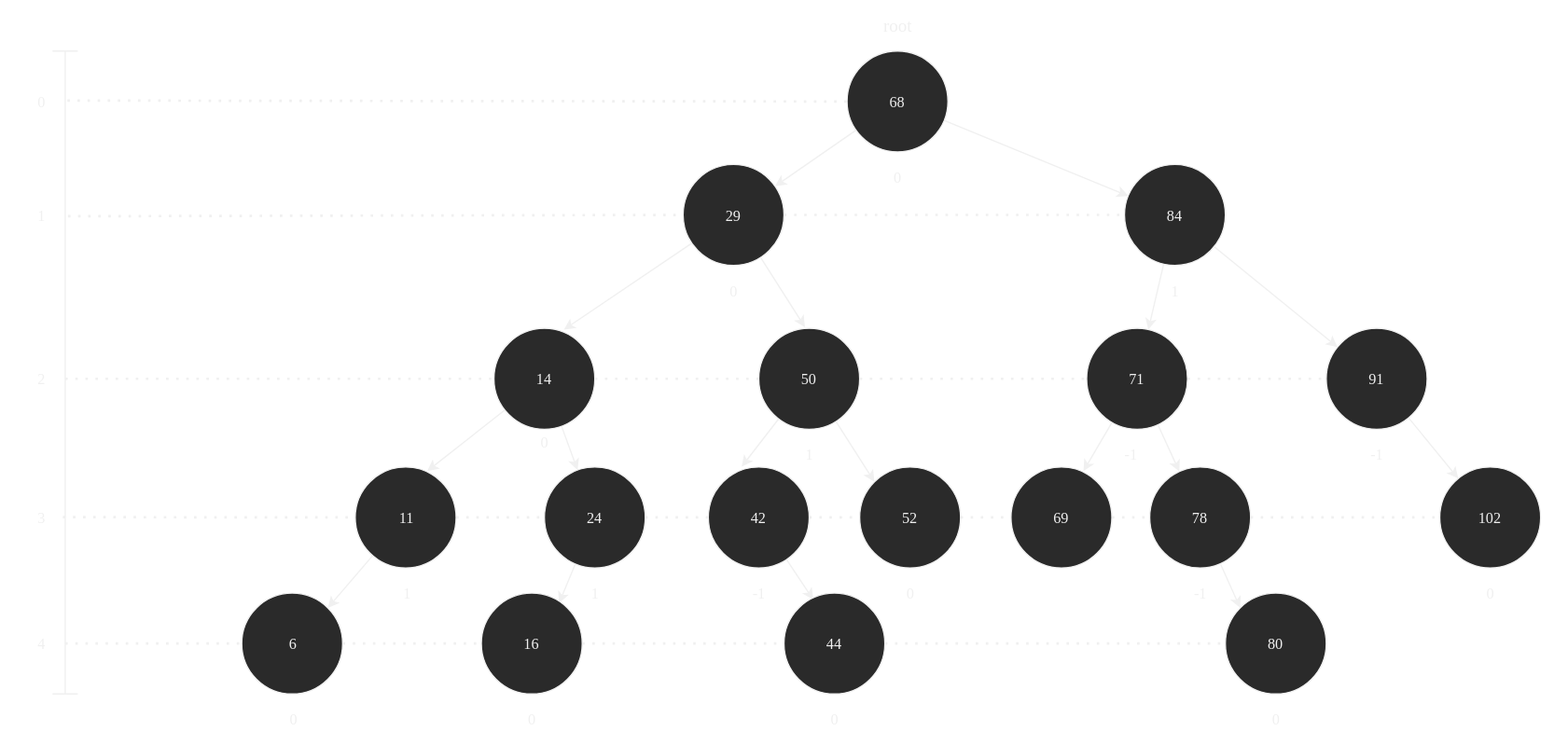
Before: 200 Data Structures/208 Trees/208.2 AVL Tree/Diagrams/AVL Tree.svg, a diagram exported from draw.io (MontoyaTM/Obsidian-SoftwareEngineering). Source tidied: cells renumbered, new cells last; positions are measured from the earlier drawing's top-left corner, leaving out a move shared by most shapes.
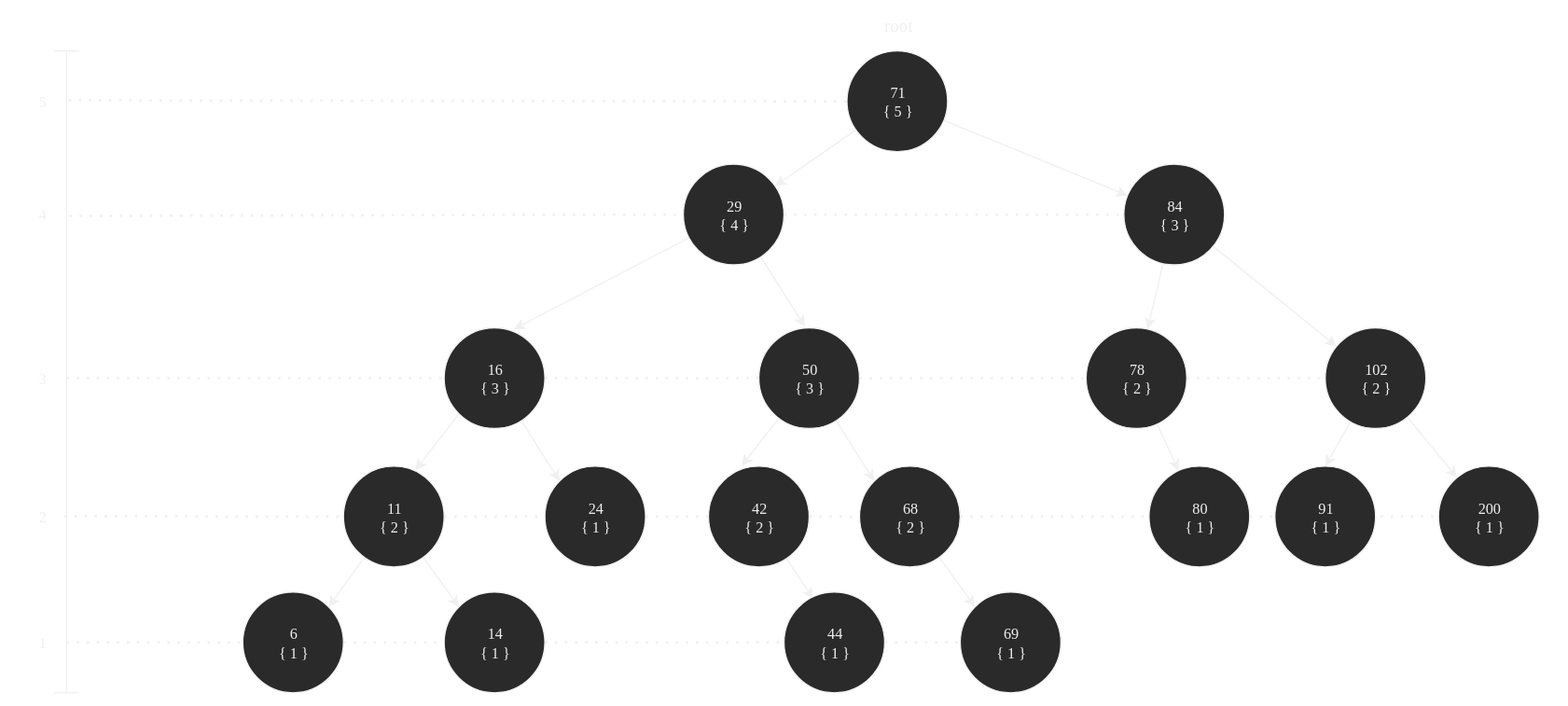
After the commit.

What changed in the source:
```diff
@@ -10,3 +10,3 @@
     </mxCell>
-    <mxCell id="4" value="&lt;font face=&quot;JetBrains Mono&quot;&gt;68&lt;/font&gt;" style="ellipse;whiteSpace=wrap;html=1;" parent="1" vertex="1">
+    <mxCell id="4" value="&lt;font face=&quot;JetBrains Mono&quot;&gt;71&lt;br&gt;{ 5 }&lt;br&gt;&lt;/font&gt;" style="ellipse;whiteSpace=wrap;html=1;" parent="1" vertex="1">
       <mxGeometry x="650" y="30" width="80" height="80" as="geometry" />
@@ -19,3 +19,3 @@
     </mxCell>
-    <mxCell id="7" value="&lt;font face=&quot;JetBrains Mono&quot;&gt;29&lt;/font&gt;" style="ellipse;whiteSpace=wrap;html=1;" parent="1" vertex="1">
+    <mxCell id="7" value="&lt;font face=&quot;JetBrains Mono&quot;&gt;29&lt;br&gt;{ 4 }&lt;br&gt;&lt;/font&gt;" style="ellipse;whiteSpace=wrap;html=1;" parent="1" vertex="1">
       <mxGeometry x="520" y="120" width="80" height="80" as="geometry" />
@@ -28,13 +28,13 @@
     </mxCell>
-    <mxCell id="10" value="&lt;font face=&quot;JetBrains Mono&quot;&gt;84&lt;/font&gt;" style="ellipse;whiteSpace=wrap;html=1;" parent="1" vertex="1">
+    <mxCell id="10" value="&lt;font face=&quot;JetBrains Mono&quot;&gt;84&lt;br&gt;{ 3 }&lt;br&gt;&lt;/font&gt;" style="ellipse;whiteSpace=wrap;html=1;" parent="1" vertex="1">
       <mxGeometry x="870" y="120" width="80" height="80" as="geometry" />
     </mxCell>
-    <mxCell id="11" style="edgeStyle=none;html=1;" parent="1" edge="1" source="13" target="30">
+    <mxCell id="11" style="edgeStyle=none;html=1;entryX=0;entryY=0;entryDx=0;entryDy=0;" parent="1" edge="1" source="13" target="30">
       <mxGeometry relative="1" as="geometry" />
     </mxCell>
-    <mxCell id="12" style="edgeStyle=none;html=1;entryX=0.714;entryY=0.04;entryDx=0;entryDy=0;entryPerimeter=0;" parent="1" edge="1" source="13" target="33">
+    <mxCell id="12" style="edgeStyle=none;html=1;entryX=0.714;entryY=0.04;entryDx=0;entryDy=0;entryPerimeter=0;exitX=0;exitY=1;exitDx=0;exitDy=0;" parent="1" edge="1" source="13" target="33">
       <mxGeometry relative="1" as="geometry" />
     </mxCell>
-    <mxCell id="13" value="&lt;font face=&quot;JetBrains Mono&quot;&gt;14&lt;/font&gt;" style="ellipse;whiteSpace=wrap;html=1;" parent="1" vertex="1">
-      <mxGeometry x="370" y="250" width="80" height="80" as="geometry" />
+    <mxCell id="13" value="&lt;font face=&quot;JetBrains Mono&quot;&gt;16&lt;br&gt;{ 3 }&lt;br&gt;&lt;/font&gt;" style="ellipse;whiteSpace=wrap;html=1;" parent="1" vertex="1">
+      <mxGeometry x="330" y="250" width="80" height="80" as="geometry" />
     </mxCell>
@@ -43,3 +43,6 @@
     </mxCell>
+    <mxCell id="79" style="edgeStyle=none;html=1;entryX=0.5;entryY=0;entryDx=0;entryDy=0;" parent="1" edge="1" source="15" target="85">
+      <mxGeometry relative="1" as="geometry" />
+    </mxCell>
-    <mxCell id="15" value="&lt;font face=&quot;JetBrains Mono&quot;&gt;91&lt;/font&gt;" style="ellipse;whiteSpace=wrap;html=1;" parent="1" vertex="1">
+    <mxCell id="15" value="&lt;font face=&quot;JetBrains Mono&quot;&gt;102&lt;br&gt;{ 2 }&lt;br&gt;&lt;/font&gt;" style="ellipse;whiteSpace=wrap;html=1;" parent="1" vertex="1">
       <mxGeometry x="1030" y="250" width="80" height="80" as="geometry" />
@@ -52,8 +55,5 @@
     </mxCell>
-    <mxCell id="18" value="&lt;font face=&quot;JetBrains Mono&quot;&gt;50&lt;/font&gt;" style="ellipse;whiteSpace=wrap;html=1;" parent="1" vertex="1">
+    <mxCell id="18" value="&lt;font face=&quot;JetBrains Mono&quot;&gt;50&lt;br&gt;{ 3 }&lt;br&gt;&lt;/font&gt;" style="ellipse;whiteSpace=wrap;html=1;" parent="1" vertex="1">
       <mxGeometry x="580" y="250" width="80" height="80" as="geometry" />
     </mxCell>
-    <mxCell id="19" style="edgeStyle=none;html=1;entryX=0.718;entryY=0.04;entryDx=0;entryDy=0;entryPerimeter=0;" parent="1" edge="1" source="21" target="22">
-      <mxGeometry relative="1" as="geometry" />
-    </mxCell>
     <mxCell id="20" style="edgeStyle=none;html=1;" parent="1" edge="1" source="21" target="24">
@@ -61,17 +61,8 @@
     </mxCell>
-    <mxCell id="21" value="&lt;font face=&quot;JetBrains Mono&quot;&gt;71&lt;/font&gt;" style="ellipse;whiteSpace=wrap;html=1;" parent="1" vertex="1">
+    <mxCell id="21" value="&lt;font face=&quot;JetBrains Mono&quot;&gt;78&lt;br&gt;{ 2 }&lt;br&gt;&lt;/font&gt;" style="ellipse;whiteSpace=wrap;html=1;" parent="1" vertex="1">
       <mxGeometry x="840" y="250" width="80" height="80" as="geometry" />
     </mxCell>
-    <mxCell id="22" value="&lt;font face=&quot;JetBrains Mono&quot;&gt;69&lt;/font&gt;" style="ellipse;whiteSpace=wrap;html=1;" parent="1" vertex="1">
-      <mxGeometry x="780" y="360" width="80" height="80" as="geometry" />
-    </mxCell>
-    <mxCell id="23" style="edgeStyle=none;html=1;entryX=0;entryY=0;entryDx=0;entryDy=0;" parent="1" edge="1" source="24" target="25">
-      <mxGeometry relative="1" as="geometry" />
-    </mxCell>
-    <mxCell id="24" value="&lt;font face=&quot;JetBrains Mono&quot;&gt;78&lt;/font&gt;" style="ellipse;whiteSpace=wrap;html=1;" parent="1" vertex="1">
+    <mxCell id="24" value="&lt;font face=&quot;JetBrains Mono&quot;&gt;80&lt;br&gt;{ 1 }&lt;br&gt;&lt;/font&gt;" style="ellipse;whiteSpace=wrap;html=1;" parent="1" vertex="1">
       <mxGeometry x="890" y="360" width="80" height="80" as="geometry" />
     </mxCell>
-    <mxCell id="25" value="&lt;font face=&quot;JetBrains Mono&quot;&gt;80&lt;/font&gt;" style="ellipse;whiteSpace=wrap;html=1;" parent="1" vertex="1">
-      <mxGeometry x="950" y="460" width="80" height="80" as="geometry" />
-    </mxCell>
     <mxCell id="26" style="edgeStyle=none;html=1;entryX=0.291;entryY=0.066;entryDx=0;entryDy=0;entryPerimeter=0;" parent="1" edge="1" source="27" target="28">
@@ -79,17 +70,11 @@
     </mxCell>
-    <mxCell id="27" value="&lt;font face=&quot;JetBrains Mono&quot;&gt;42&lt;/font&gt;" style="ellipse;whiteSpace=wrap;html=1;" parent="1" vertex="1">
+    <mxCell id="27" value="&lt;font face=&quot;JetBrains Mono&quot;&gt;42&lt;br&gt;{ 2 }&lt;br&gt;&lt;/font&gt;" style="ellipse;whiteSpace=wrap;html=1;" parent="1" vertex="1">
       <mxGeometry x="540" y="360" width="80" height="80" as="geometry" />
     </mxCell>
-    <mxCell id="28" value="&lt;font face=&quot;JetBrains Mono&quot;&gt;44&lt;/font&gt;" style="ellipse;whiteSpace=wrap;html=1;" parent="1" vertex="1">
+    <mxCell id="28" value="&lt;font face=&quot;JetBrains Mono&quot;&gt;44&lt;br&gt;{ 1 }&lt;br&gt;&lt;/font&gt;" style="ellipse;whiteSpace=wrap;html=1;" parent="1" vertex="1">
       <mxGeometry x="600" y="460" width="80" height="80" as="geometry" />
     </mxCell>
-    <mxCell id="29" style="edgeStyle=none;html=1;entryX=0.77;entryY=0.1;entryDx=0;entryDy=0;entryPerimeter=0;" parent="1" edge="1" source="30" target="31">
-      <mxGeometry relative="1" as="geometry" />
-    </mxCell>
-    <mxCell id="30" value="&lt;font face=&quot;JetBrains Mono&quot;&gt;24&lt;/font&gt;" style="ellipse;whiteSpace=wrap;html=1;" parent="1" vertex="1">
+    <mxCell id="30" value="&lt;font face=&quot;JetBrains Mono&quot;&gt;24&lt;br&gt;{ 1 }&lt;br&gt;&lt;/font&gt;" style="ellipse;whiteSpace=wrap;html=1;" parent="1" vertex="1">
       <mxGeometry x="410" y="360" width="80" height="80" as="geometry" />
     </mxCell>
-    <mxCell id="31" value="&lt;font face=&quot;JetBrains Mono&quot;&gt;16&lt;/font&gt;" style="ellipse;whiteSpace=wrap;html=1;" parent="1" vertex="1">
-      <mxGeometry x="360" y="460" width="80" height="80" as="geometry" />
-    </mxCell>
     <mxCell id="32" style="edgeStyle=none;html=1;entryX=1;entryY=0;entryDx=0;entryDy=0;" parent="1" edge="1" source="33" target="34">
@@ -97,6 +82,9 @@
     </mxCell>
+    <mxCell id="80" style="edgeStyle=none;html=1;entryX=0;entryY=0;entryDx=0;entryDy=0;" parent="1" edge="1" source="33" target="82">
+      <mxGeometry relative="1" as="geometry" />
+    </mxCell>
-    <mxCell id="33" value="&lt;font face=&quot;JetBrains Mono&quot;&gt;11&lt;/font&gt;" style="ellipse;whiteSpace=wrap;html=1;" parent="1" vertex="1">
-      <mxGeometry x="260" y="360" width="80" height="80" as="geometry" />
+    <mxCell id="33" value="&lt;font face=&quot;JetBrains Mono&quot;&gt;11&lt;br&gt;{ 2 }&lt;br&gt;&lt;/font&gt;" style="ellipse;whiteSpace=wrap;html=1;" parent="1" vertex="1">
+      <mxGeometry x="250" y="360" width="80" height="80" as="geometry" />
     </mxCell>
-    <mxCell id="34" value="&lt;font face=&quot;JetBrains Mono&quot;&gt;6&lt;/font&gt;" style="ellipse;whiteSpace=wrap;html=1;" parent="1" vertex="1">
+    <mxCell id="34" value="&lt;font face=&quot;JetBrains Mono&quot;&gt;6&lt;br&gt;{ 1 }&lt;br&gt;&lt;/font&gt;" style="ellipse;whiteSpace=wrap;html=1;" parent="1" vertex="1">
       <mxGeometry x="170" y="460" width="80" height="80" as="geometry" />
@@ -106,59 +94,11 @@
     </mxCell>
-    <mxCell id="36" value="&lt;font face=&quot;JetBrains Mono&quot;&gt;0&lt;/font&gt;" style="text;html=1;align=center;verticalAlign=middle;strokeColor=none;" parent="1" vertex="1">
-      <mxGeometry x="680" y="120" width="20" height="20" as="geometry" />
-    </mxCell>
-    <mxCell id="37" value="&lt;font face=&quot;JetBrains Mono&quot;&gt;0&lt;/font&gt;" style="text;html=1;align=center;verticalAlign=middle;strokeColor=none;" parent="1" vertex="1">
-      <mxGeometry x="550" y="210" width="20" height="20" as="geometry" />
-    </mxCell>
-    <mxCell id="38" value="&lt;font face=&quot;JetBrains Mono&quot;&gt;0&lt;/font&gt;" style="text;html=1;align=center;verticalAlign=middle;strokeColor=none;" parent="1" vertex="1">
-      <mxGeometry x="400" y="330" width="20" height="20" as="geometry" />
-    </mxCell>
-    <mxCell id="39" value="&lt;font face=&quot;JetBrains Mono&quot;&gt;1&lt;/font&gt;" style="text;html=1;align=center;verticalAlign=middle;strokeColor=none;" parent="1" vertex="1">
-      <mxGeometry x="610" y="340" width="20" height="20" as="geometry" />
-    </mxCell>
-    <mxCell id="40" value="&lt;font face=&quot;JetBrains Mono&quot;&gt;1&lt;/font&gt;" style="text;html=1;align=center;verticalAlign=middle;strokeColor=none;" parent="1" vertex="1">
-      <mxGeometry x="290" y="450" width="20" height="20" as="geometry" />
-    </mxCell>
-    <mxCell id="41" value="&lt;font face=&quot;JetBrains Mono&quot;&gt;1&lt;/font&gt;" style="text;html=1;align=center;verticalAlign=middle;strokeColor=none;" parent="1" vertex="1">
-      <mxGeometry x="440" y="450" width="20" height="20" as="geometry" />
-    </mxCell>
-    <mxCell id="42" value="&lt;font face=&quot;JetBrains Mono&quot;&gt;0&lt;/font&gt;" style="text;html=1;align=center;verticalAlign=middle;strokeColor=none;" parent="1" vertex="1">
-      <mxGeometry x="200" y="550" width="20" height="20" as="geometry" />
-    </mxCell>
-    <mxCell id="43" value="&lt;font face=&quot;JetBrains Mono&quot;&gt;0&lt;/font&gt;" style="text;html=1;align=center;verticalAlign=middle;strokeColor=none;" parent="1" vertex="1">
-      <mxGeometry x="390" y="550" width="20" height="20" as="geometry" />
-    </mxCell>
-    <mxCell id="44" value="&lt;font face=&quot;JetBrains Mono&quot;&gt;0&lt;/font&gt;" style="text;html=1;align=center;verticalAlign=middle;strokeColor=none;" parent="1" vertex="1">
-      <mxGeometry x="630" y="550" width="20" height="20" as="geometry" />
-    </mxCell>
-    <mxCell id="45" value="&lt;font face=&quot;JetBrains Mono&quot;&gt;0&lt;/font&gt;" style="text;html=1;align=center;verticalAlign=middle;strokeColor=none;" parent="1" vertex="1">
-      <mxGeometry x="980" y="550" width="20" height="20" as="geometry" />
-    </mxCell>
-    <mxCell id="46" value="&lt;font face=&quot;JetBrains Mono&quot;&gt;-1&lt;/font&gt;" style="text;html=1;align=center;verticalAlign=middle;strokeColor=none;" parent="1" vertex="1">
-      <mxGeometry x="1055" y="340" width="30" height="20" as="geometry" />
-    </mxCell>
-    <mxCell id="47" value="&lt;font face=&quot;JetBrains Mono&quot;&gt;-1&lt;/font&gt;" style="text;html=1;align=center;verticalAlign=middle;strokeColor=none;" parent="1" vertex="1">
-      <mxGeometry x="565" y="450" width="30" height="20" as="geometry" />
-    </mxCell>
-    <mxCell id="48" value="&lt;font face=&quot;JetBrains Mono&quot;&gt;-1&lt;/font&gt;" style="text;html=1;align=center;verticalAlign=middle;strokeColor=none;" parent="1" vertex="1">
-      <mxGeometry x="915" y="450" width="30" height="20" as="geometry" />
-    </mxCell>
-    <mxCell id="49" value="&lt;font face=&quot;JetBrains Mono&quot;&gt;-1&lt;/font&gt;" style="text;html=1;align=center;verticalAlign=middle;strokeColor=none;" parent="1" vertex="1">
-      <mxGeometry x="860" y="340" width="30" height="20" as="geometry" />
-    </mxCell>
-    <mxCell id="50" value="&lt;font face=&quot;JetBrains Mono&quot;&gt;1&lt;/font&gt;" style="text;html=1;align=center;verticalAlign=middle;strokeColor=none;" parent="1" vertex="1">
-      <mxGeometry x="900" y="210" width="20" height="20" as="geometry" />
-    </mxCell>
+    <mxCell id="81" style="edgeStyle=none;html=1;entryX=0;entryY=0;entryDx=0;entryDy=0;" parent="1" edge="1" source="51" target="84">
+      <mxGeometry relative="1" as="geometry" />
+    </mxCell>
-    <mxCell id="51" value="&lt;font face=&quot;JetBrains Mono&quot;&gt;52&lt;/font&gt;" style="ellipse;whiteSpace=wrap;html=1;" parent="1" vertex="1">
+    <mxCell id="51" value="&lt;font face=&quot;JetBrains Mono&quot;&gt;68&lt;br&gt;{ 2 }&lt;br&gt;&lt;/font&gt;" style="ellipse;whiteSpace=wrap;html=1;" parent="1" vertex="1">
       <mxGeometry x="660" y="360" width="80" height="80" as="geometry" />
     </mxCell>
-    <mxCell id="52" value="&lt;font face=&quot;JetBrains Mono&quot;&gt;0&lt;/font&gt;" style="text;html=1;align=center;verticalAlign=middle;strokeColor=none;" parent="1" vertex="1">
-      <mxGeometry x="690" y="450" width="20" height="20" as="geometry" />
-    </mxCell>
-    <mxCell id="53" value="&lt;font face=&quot;JetBrains Mono&quot;&gt;102&lt;/font&gt;" style="ellipse;whiteSpace=wrap;html=1;" parent="1" vertex="1">
+    <mxCell id="53" value="&lt;font face=&quot;JetBrains Mono&quot;&gt;200&lt;br&gt;{ 1 }&lt;br&gt;&lt;/font&gt;" style="ellipse;whiteSpace=wrap;html=1;" parent="1" vertex="1">
       <mxGeometry x="1120" y="360" width="80" height="80" as="geometry" />
     </mxCell>
-    <mxCell id="54" value="&lt;font face=&quot;JetBrains Mono&quot;&gt;0&lt;/font&gt;" style="text;html=1;align=center;verticalAlign=middle;strokeColor=none;" parent="1" vertex="1">
-      <mxGeometry x="1150" y="450" width="20" height="20" as="geometry" />
-    </mxCell>
     <mxCell id="55" style="shape=crossbar;whiteSpace=wrap;html=1;rounded=1;direction=south;" parent="1" vertex="1">
@@ -185,15 +125,15 @@
     </mxCell>
-    <mxCell id="61" value="&lt;font face=&quot;JetBrains Mono&quot;&gt;0&lt;/font&gt;" style="text;html=1;align=center;verticalAlign=middle;strokeColor=none;" parent="1" vertex="1">
+    <mxCell id="61" value="&lt;font face=&quot;JetBrains Mono&quot;&gt;5&lt;/font&gt;" style="text;html=1;align=center;verticalAlign=middle;strokeColor=none;" parent="1" vertex="1">
       <mxGeometry y="60" width="20" height="20" as="geometry" />
     </mxCell>
-    <mxCell id="62" value="&lt;font face=&quot;JetBrains Mono&quot;&gt;1&lt;/font&gt;" style="text;html=1;align=center;verticalAlign=middle;strokeColor=none;" parent="1" vertex="1">
+    <mxCell id="62" value="&lt;font face=&quot;JetBrains Mono&quot;&gt;4&lt;/font&gt;" style="text;html=1;align=center;verticalAlign=middle;strokeColor=none;" parent="1" vertex="1">
       <mxGeometry y="150" width="20" height="20" as="geometry" />
     </mxCell>
-    <mxCell id="63" value="&lt;font face=&quot;JetBrains Mono&quot;&gt;2&lt;/font&gt;" style="text;html=1;align=center;verticalAlign=middle;strokeColor=none;" parent="1" vertex="1">
+    <mxCell id="63" value="&lt;font face=&quot;JetBrains Mono&quot;&gt;3&lt;/font&gt;" style="text;html=1;align=center;verticalAlign=middle;strokeColor=none;" parent="1" vertex="1">
       <mxGeometry y="280" width="20" height="20" as="geometry" />
     </mxCell>
-    <mxCell id="64" value="&lt;font face=&quot;JetBrains Mono&quot;&gt;3&lt;/font&gt;" style="text;html=1;align=center;verticalAlign=middle;strokeColor=none;" parent="1" vertex="1">
+    <mxCell id="64" value="&lt;font face=&quot;JetBrains Mono&quot;&gt;2&lt;/font&gt;" style="text;html=1;align=center;verticalAlign=middle;strokeColor=none;" parent="1" vertex="1">
       <mxGeometry y="390" width="20" height="20" as="geometry" />
     </mxCell>
-    <mxCell id="65" value="&lt;font face=&quot;JetBrains Mono&quot;&gt;4&lt;/font&gt;" style="text;html=1;align=center;verticalAlign=middle;strokeColor=none;" parent="1" vertex="1">
+    <mxCell id="65" value="&lt;font face=&quot;JetBrains Mono&quot;&gt;1&lt;/font&gt;" style="text;html=1;align=center;verticalAlign=middle;strokeColor=none;" parent="1" vertex="1">
       <mxGeometry y="490" width="20" height="20" as="geometry" />
@@ -218,9 +158,11 @@
     </mxCell>
-    <mxCell id="72" style="endArrow=none;dashed=1;html=1;dashPattern=1 3;strokeWidth=2;exitX=1;exitY=0.5;exitDx=0;exitDy=0;entryX=0;entryY=0.5;entryDx=0;entryDy=0;" parent="1" edge="1" source="34" target="31">
-      <mxGeometry relative="1" as="geometry" />
+    <mxCell id="72" style="endArrow=none;dashed=1;html=1;dashPattern=1 3;strokeWidth=2;exitX=1;exitY=0.5;exitDx=0;exitDy=0;entryX=0;entryY=0.5;entryDx=0;entryDy=0;startArrow=none;" parent="1" edge="1" source="82">
+      <mxGeometry relative="1" as="geometry">
+        <mxPoint x="360" y="500" as="targetPoint" />
+      </mxGeometry>
     </mxCell>
-    <mxCell id="73" style="endArrow=none;dashed=1;html=1;dashPattern=1 3;strokeWidth=2;exitX=1;exitY=0.5;exitDx=0;exitDy=0;entryX=0;entryY=0.5;entryDx=0;entryDy=0;" parent="1" edge="1" source="31" target="28">
+    <mxCell id="73" style="endArrow=none;dashed=1;html=1;dashPattern=1 3;strokeWidth=2;exitX=1;exitY=0.5;exitDx=0;exitDy=0;entryX=0;entryY=0.5;entryDx=0;entryDy=0;" parent="1" edge="1" source="82" target="28">
       <mxGeometry relative="1" as="geometry" />
     </mxCell>
-    <mxCell id="74" style="endArrow=none;dashed=1;html=1;dashPattern=1 3;strokeWidth=2;exitX=1;exitY=0.5;exitDx=0;exitDy=0;entryX=0;entryY=0.5;entryDx=0;entryDy=0;" parent="1" edge="1" source="28" target="25">
+    <mxCell id="74" style="endArrow=none;dashed=1;html=1;dashPattern=1 3;strokeWidth=2;exitX=1;exitY=0.5;exitDx=0;exitDy=0;entryX=0;entryY=0.5;entryDx=0;entryDy=0;" parent="1" edge="1" source="28" target="84">
       <mxGeometry relative="1" as="geometry" />
@@ -230,6 +172,3 @@
     </mxCell>
-    <mxCell id="76" style="endArrow=none;dashed=1;html=1;dashPattern=1 3;strokeWidth=2;entryX=0;entryY=0.5;entryDx=0;entryDy=0;exitX=1;exitY=0.5;exitDx=0;exitDy=0;" parent="1" edge="1" source="22" target="24">
-      <mxGeometry relative="1" as="geometry" />
-    </mxCell>
-    <mxCell id="77" style="endArrow=none;dashed=1;html=1;dashPattern=1 3;strokeWidth=2;exitX=1;exitY=0.5;exitDx=0;exitDy=0;entryX=0;entryY=0.5;entryDx=0;entryDy=0;" parent="1" edge="1" source="51" target="22">
+    <mxCell id="77" style="endArrow=none;dashed=1;html=1;dashPattern=1 3;strokeWidth=2;exitX=1;exitY=0.5;exitDx=0;exitDy=0;entryX=0;entryY=0.5;entryDx=0;entryDy=0;" parent="1" edge="1" source="51" target="24">
       <mxGeometry relative="1" as="geometry" />
@@ -239,2 +178,14 @@
     </mxCell>
+    <mxCell id="82" value="&lt;font face=&quot;JetBrains Mono&quot;&gt;14&lt;br&gt;{ 1 }&lt;br&gt;&lt;/font&gt;" style="ellipse;whiteSpace=wrap;html=1;" parent="1" vertex="1">
+      <mxGeometry x="330" y="460" width="80" height="80" as="geometry" />
+    </mxCell>
+    <mxCell id="83" style="endArrow=none;dashed=1;html=1;dashPattern=1 3;strokeWidth=2;exitX=1;exitY=0.5;exitDx=0;exitDy=0;entryX=0;entryY=0.5;entryDx=0;entryDy=0;" parent="1" edge="1" source="34" target="82">
+      <mxGeometry relative="1" as="geometry" />
+    </mxCell>
+    <mxCell id="84" value="&lt;font face=&quot;JetBrains Mono&quot;&gt;69&lt;br&gt;{ 1 }&lt;br&gt;&lt;/font&gt;" style="ellipse;whiteSpace=wrap;html=1;" parent="1" vertex="1">
+      <mxGeometry x="740" y="460" width="80" height="80" as="geometry" />
+    </mxCell>
+    <mxCell id="85" value="&lt;font face=&quot;JetBrains Mono&quot;&gt;91&lt;br&gt;{ 1 }&lt;br&gt;&lt;/font&gt;" style="ellipse;whiteSpace=wrap;html=1;" parent="1" vertex="1">
+      <mxGeometry x="990" y="360" width="80" height="80" as="geometry" />
+    </mxCell>
   </root>
```
